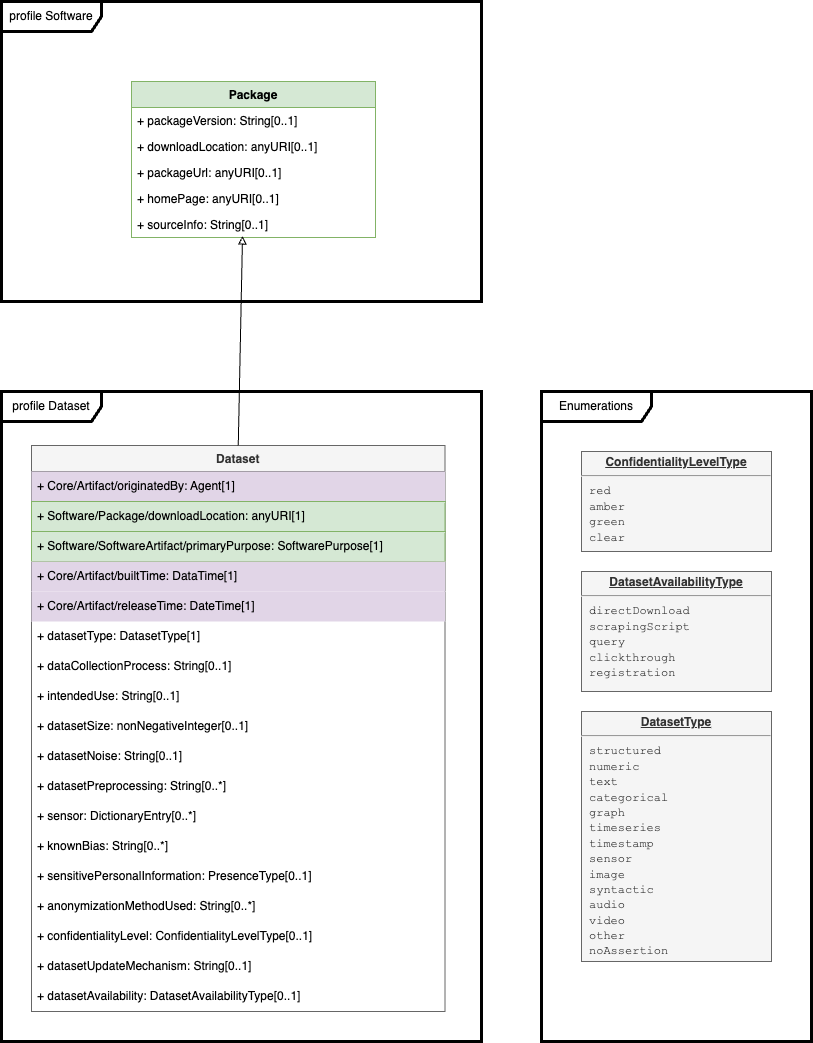
Before: model Dataset.png, a diagram exported from draw.io (spdx/spdx-3-model). Source tidied: cells renumbered, new cells last; positions are measured from the earlier drawing's top-left corner, leaving out a move shared by most shapes.
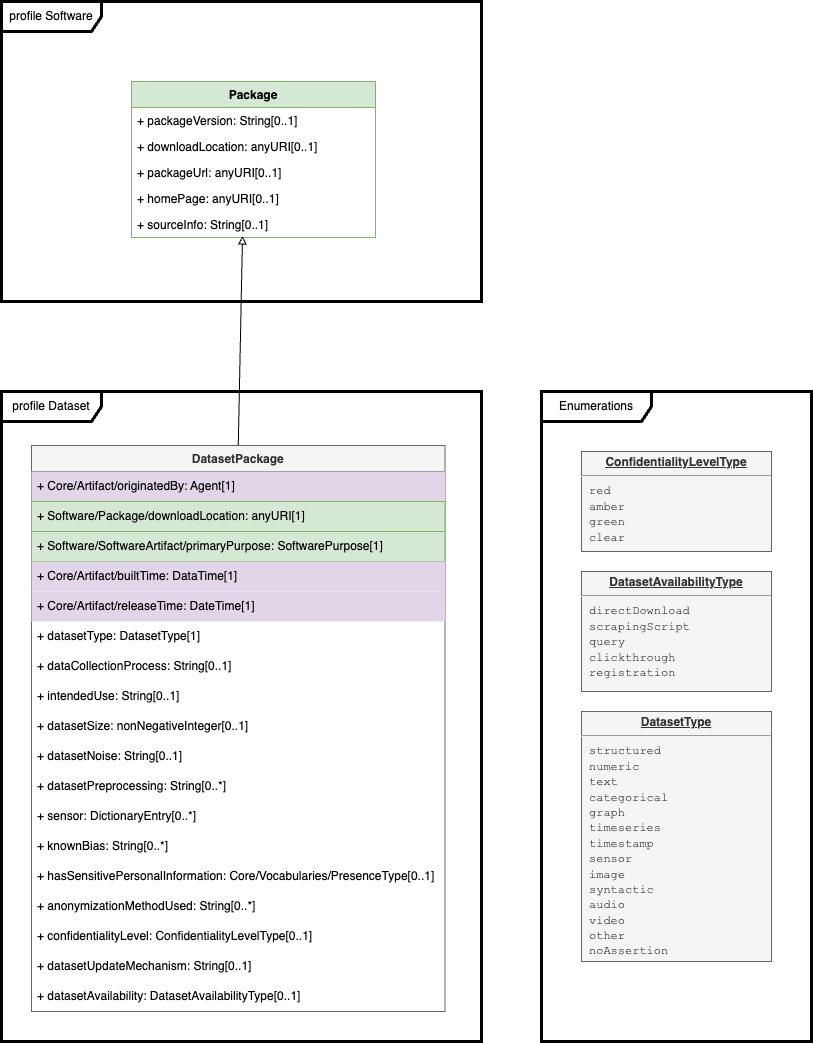
After the change.

Change to the diagram source:
```diff
@@ -26,7 +26,7 @@
     <mxCell id="9" value="profile Dataset" style="shape=umlFrame;whiteSpace=wrap;html=1;width=100;height=30;strokeWidth=3;" parent="1" vertex="1">
       <mxGeometry y="390" width="480" height="650" as="geometry" />
     </mxCell>
-    <mxCell id="10" value="Dataset" style="swimlane;fontStyle=1;horizontal=1;startSize=26;fillColor=#f5f5f5;strokeColor=#666666;fontColor=#333333;" parent="1" vertex="1">
+    <mxCell id="10" value="DatasetPackage" style="swimlane;fontStyle=1;horizontal=1;startSize=26;fillColor=#f5f5f5;strokeColor=#666666;fontColor=#333333;" parent="1" vertex="1">
       <mxGeometry x="30" y="444" width="413.5" height="566" as="geometry" />
     </mxCell>
     <mxCell id="11" value="+ Core/Artifact/originatedBy: Agent[1]" style="text;strokeColor=none;fillColor=#E1D5E7;align=left;verticalAlign=middle;spacingLeft=4;spacingRight=4;overflow=hidden;whiteSpace=wrap;html=1;" parent="10" vertex="1">
@@ -68,7 +68,7 @@
     <mxCell id="23" value="+ knownBias: String[0..*]" style="text;strokeColor=none;fillColor=none;align=left;verticalAlign=middle;spacingLeft=4;spacingRight=4;overflow=hidden;whiteSpace=wrap;html=1;" parent="10" vertex="1">
       <mxGeometry y="386" width="413.5" height="30" as="geometry" />
     </mxCell>
-    <mxCell id="24" value="+ sensitivePersonalInformation: PresenceType[0..1]" style="text;strokeColor=none;fillColor=none;align=left;verticalAlign=middle;spacingLeft=4;spacingRight=4;overflow=hidden;whiteSpace=wrap;html=1;" parent="10" vertex="1">
+    <mxCell id="24" value="+ hasSensitivePersonalInformation: Core/Vocabularies/PresenceType[0..1]" style="text;strokeColor=none;fillColor=none;align=left;verticalAlign=middle;spacingLeft=4;spacingRight=4;overflow=hidden;whiteSpace=wrap;html=1;" parent="10" vertex="1">
       <mxGeometry y="416" width="413.5" height="30" as="geometry" />
     </mxCell>
     <mxCell id="25" value="+ anonymizationMethodUsed: String[0..*]" style="text;strokeColor=none;fillColor=none;align=left;verticalAlign=middle;spacingLeft=4;spacingRight=4;overflow=hidden;whiteSpace=wrap;html=1;" parent="10" vertex="1">
```
